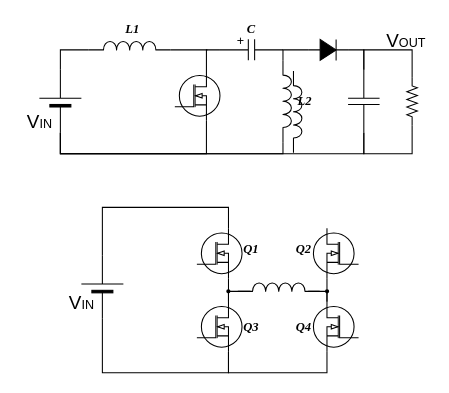
Above: diagram/figure2_5.drawio in huhu6608/3Paths_UPS (draw.io), before the change. Source tidied: cells renumbered, new cells numbered last; positions are measured from the earlier drawing's top-left corner, leaving out a move shared by most shapes. Both pictures are drawn from the tidied source at 105%, with x=0, y=0 at pixel (18, 18).
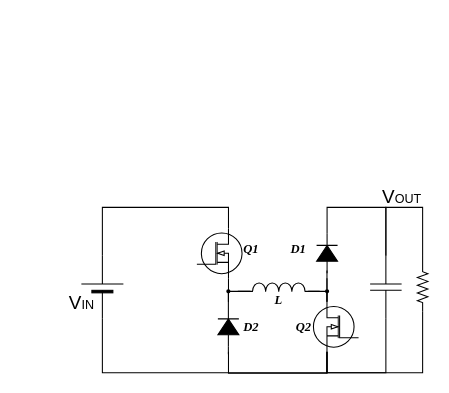
The same page after the edit.

Unchanged cells that the change refers to:
```xml
<mxCell id="27" style="verticalLabelPosition=bottom;shadow=0;dashed=0;align=center;html=1;verticalAlign=top;shape=mxgraph.electrical.mosfets1.n-channel_mosfet_1;strokeWidth=1;direction=west;flipH=1;flipV=1;" parent="1" vertex="1">
  <mxGeometry x="170" y="200" width="43" height="47.5" as="geometry" />
</mxCell>
<mxCell id="33" style="verticalLabelPosition=bottom;shadow=0;dashed=0;align=center;html=1;verticalAlign=top;shape=mxgraph.electrical.mosfets1.n-channel_mosfet_1;strokeWidth=1;direction=west;flipH=0;flipV=1;" parent="1" vertex="1">
  <mxGeometry x="281" y="270" width="43" height="47.5" as="geometry" />
</mxCell>
<mxCell id="38" style="ellipse;whiteSpace=wrap;html=1;shadow=0;dashed=0;strokeWidth=2;" parent="1" vertex="1">
  <mxGeometry x="199" y="259" width="2" height="2" as="geometry" />
</mxCell>
<mxCell id="41" style="verticalLabelPosition=bottom;shadow=0;dashed=0;align=center;fillColor=#000000;html=1;verticalAlign=top;strokeWidth=1;shape=mxgraph.electrical.miscellaneous.monocell_battery;rounded=1;comic=0;labelBackgroundColor=none;fontFamily=Verdana;fontSize=12;flipH=1;direction=north;" parent="1" vertex="1">
  <mxGeometry x="60" y="226" width="40" height="60" as="geometry" />
</mxCell>
```

What changed in the source:
```diff
@@
-    <mxCell id="2" style="edgeStyle=orthogonalEdgeStyle;rounded=0;jettySize=auto;html=1;exitX=0.7;exitY=1;exitDx=0;exitDy=0;exitPerimeter=0;entryX=0;entryY=0.5;entryDx=0;entryDy=0;entryPerimeter=0;endArrow=none;endFill=0;endSize=5;strokeColor=#000000;strokeWidth=1;" parent="1" edge="1" source="4" target="11">
-      <mxGeometry relative="1" as="geometry" />
-    </mxCell>
-    <mxCell id="3" style="edgeStyle=orthogonalEdgeStyle;rounded=0;jettySize=auto;html=1;exitX=0.7;exitY=0;exitDx=0;exitDy=0;exitPerimeter=0;entryX=1;entryY=0.5;entryDx=0;entryDy=0;entryPerimeter=0;endArrow=none;endFill=0;endSize=5;strokeColor=#000000;strokeWidth=1;" parent="1" edge="1" source="4" target="20">
-      <mxGeometry relative="1" as="geometry">
-        <Array as="points">
-          <mxPoint x="179" y="30" />
-        </Array>
-      </mxGeometry>
-    </mxCell>
-    <mxCell id="4" style="verticalLabelPosition=bottom;shadow=0;dashed=0;align=center;html=1;verticalAlign=top;shape=mxgraph.electrical.mosfets1.n-channel_mosfet_1;strokeWidth=1;direction=west;flipH=1;flipV=1;" parent="1" vertex="1">
-      <mxGeometry x="149" y="50" width="43" height="47.5" as="geometry" />
-    </mxCell>
-    <mxCell id="5" style="edgeStyle=orthogonalEdgeStyle;rounded=0;jettySize=auto;html=1;exitX=0;exitY=0.5;exitDx=0;exitDy=0;exitPerimeter=0;entryX=0;entryY=1;entryDx=0;entryDy=0;entryPerimeter=0;endArrow=none;endFill=0;endSize=5;strokeColor=#000000;strokeWidth=1;" parent="1" edge="1" source="7" target="8">
-      <mxGeometry relative="1" as="geometry" />
-    </mxCell>
-    <mxCell id="6" style="edgeStyle=orthogonalEdgeStyle;rounded=0;jettySize=auto;html=1;exitX=1;exitY=0.5;exitDx=0;exitDy=0;exitPerimeter=0;entryX=0;entryY=0.5;entryDx=0;entryDy=0;entryPerimeter=0;endArrow=none;endFill=0;endSize=5;strokeColor=#000000;strokeWidth=1;" parent="1" edge="1" source="7" target="12">
-      <mxGeometry relative="1" as="geometry" />
-    </mxCell>
-    <mxCell id="7" style="fillColor=strokeColor;verticalLabelPosition=bottom;shadow=0;dashed=0;align=center;html=1;verticalAlign=top;shape=mxgraph.electrical.diodes.diode;direction=east;" parent="1" vertex="1">
-      <mxGeometry x="276" y="20" width="38" height="20" as="geometry" />
-    </mxCell>
-    <mxCell id="8" style="verticalLabelPosition=bottom;shadow=0;dashed=0;align=center;html=1;verticalAlign=top;shape=mxgraph.electrical.inductors.inductor_3;strokeWidth=1;direction=south;" parent="1" vertex="1">
-      <mxGeometry x="252" y="40" width="8" height="78" as="geometry" />
-    </mxCell>
-    <mxCell id="9" style="edgeStyle=orthogonalEdgeStyle;rounded=0;jettySize=auto;html=1;exitX=0;exitY=0.5;exitDx=0;exitDy=0;exitPerimeter=0;entryX=1;entryY=1;entryDx=0;entryDy=0;entryPerimeter=0;endArrow=none;endFill=0;endSize=5;strokeColor=#000000;strokeWidth=1;" parent="1" edge="1" source="11" target="8">
-      <mxGeometry relative="1" as="geometry">
-        <Array as="points">
-          <mxPoint x="40" y="129" />
-          <mxPoint x="252" y="129" />
-        </Array>
-      </mxGeometry>
-    </mxCell>
-    <mxCell id="10" style="edgeStyle=orthogonalEdgeStyle;rounded=0;jettySize=auto;html=1;exitX=1;exitY=0.5;exitDx=0;exitDy=0;exitPerimeter=0;entryX=0;entryY=1;entryDx=0;entryDy=0;entryPerimeter=0;endArrow=none;endFill=0;endSize=5;strokeColor=#000000;strokeWidth=1;" parent="1" edge="1" source="11" target="22">
-      <mxGeometry relative="1" as="geometry">
-        <Array as="points">
-          <mxPoint x="40" y="30" />
-        </Array>
-      </mxGeometry>
-    </mxCell>
-    <mxCell id="11" style="verticalLabelPosition=bottom;shadow=0;dashed=0;align=center;fillColor=#000000;html=1;verticalAlign=top;strokeWidth=1;shape=mxgraph.electrical.miscellaneous.monocell_battery;rounded=1;comic=0;labelBackgroundColor=none;fontFamily=Verdana;fontSize=12;flipH=1;direction=north;" parent="1" vertex="1">
-      <mxGeometry x="20" y="49" width="40" height="60" as="geometry" />
-    </mxCell>
-    <mxCell id="12" style="verticalLabelPosition=bottom;shadow=0;dashed=0;align=center;html=1;verticalAlign=top;shape=mxgraph.electrical.capacitors.capacitor_1;direction=south;" parent="1" vertex="1">
-      <mxGeometry x="314" y="49" width="30" height="60" as="geometry" />
-    </mxCell>
-    <mxCell id="13" style="edgeStyle=orthogonalEdgeStyle;rounded=0;jettySize=auto;html=1;exitX=0;exitY=0.5;exitDx=0;exitDy=0;exitPerimeter=0;endArrow=none;endFill=0;endSize=5;strokeColor=#000000;strokeWidth=1;entryX=1;entryY=0.5;entryDx=0;entryDy=0;entryPerimeter=0;" parent="1" edge="1" source="11" target="12">
-      <mxGeometry relative="1" as="geometry">
-        <Array as="points">
-          <mxPoint x="40" y="129" />
-          <mxPoint x="329" y="129" />
-        </Array>
-      </mxGeometry>
-    </mxCell>
-    <mxCell id="14" style="edgeStyle=orthogonalEdgeStyle;rounded=0;jettySize=auto;html=1;exitX=0;exitY=0.5;exitDx=0;exitDy=0;exitPerimeter=0;entryX=0;entryY=0.5;entryDx=0;entryDy=0;entryPerimeter=0;endArrow=none;endFill=0;endSize=5;strokeColor=#000000;strokeWidth=1;" parent="1" edge="1" source="16" target="12">
-      <mxGeometry relative="1" as="geometry">
-        <Array as="points">
-          <mxPoint x="375" y="30" />
-          <mxPoint x="329" y="30" />
-        </Array>
-      </mxGeometry>
-    </mxCell>
-    <mxCell id="15" style="edgeStyle=orthogonalEdgeStyle;rounded=0;jettySize=auto;html=1;exitX=1;exitY=0.5;exitDx=0;exitDy=0;exitPerimeter=0;entryX=1;entryY=0.5;entryDx=0;entryDy=0;entryPerimeter=0;endArrow=none;endFill=0;endSize=5;strokeColor=#000000;strokeWidth=1;" parent="1" edge="1" source="16" target="12">
-      <mxGeometry relative="1" as="geometry" />
-    </mxCell>
-    <mxCell id="16" style="verticalLabelPosition=bottom;shadow=0;dashed=0;align=center;html=1;verticalAlign=top;shape=mxgraph.electrical.resistors.resistor_2;strokeWidth=1;direction=south;" parent="1" vertex="1">
-      <mxGeometry x="370" y="56" width="10" height="46" as="geometry" />
-    </mxCell>
-    <mxCell id="17" value="&lt;font face=&quot;Times New Roman&quot;&gt;&lt;i&gt;&lt;b&gt;L2&lt;/b&gt;&lt;/i&gt;&lt;/font&gt;" style="text;html=1;strokeColor=none;fillColor=none;align=center;verticalAlign=middle;whiteSpace=wrap;rounded=0;" parent="1" vertex="1">
-      <mxGeometry x="253" y="69" width="40" height="20" as="geometry" />
-    </mxCell>
-    <mxCell id="18" value="&lt;font style=&quot;font-size: 18px&quot;&gt;V&lt;/font&gt;&lt;font style=&quot;font-size: 12px&quot;&gt;IN&lt;/font&gt;" style="text;html=1;align=center;verticalAlign=middle;" parent="1" vertex="1">
-      <mxGeometry y="89" width="40" height="20" as="geometry" />
-    </mxCell>
-    <mxCell id="19" value="&lt;font style=&quot;font-size: 18px&quot;&gt;V&lt;/font&gt;&lt;font style=&quot;font-size: 12px&quot;&gt;OUT&lt;/font&gt;" style="text;html=1;align=center;verticalAlign=middle;" parent="1" vertex="1">
-      <mxGeometry x="344" y="12" width="50" height="20" as="geometry" />
-    </mxCell>
-    <mxCell id="20" style="verticalLabelPosition=bottom;shadow=0;dashed=0;align=center;html=1;verticalAlign=top;shape=mxgraph.electrical.capacitors.capacitor_1;direction=west;" parent="1" vertex="1">
-      <mxGeometry x="192" y="20" width="60" height="20" as="geometry" />
-    </mxCell>
-    <mxCell id="21" style="edgeStyle=orthogonalEdgeStyle;rounded=0;jettySize=auto;html=1;exitX=1;exitY=1;exitDx=0;exitDy=0;exitPerimeter=0;endArrow=none;endFill=0;endSize=5;strokeColor=#000000;strokeWidth=1;" parent="1" edge="1" source="22">
-      <mxGeometry relative="1" as="geometry">
-        <mxPoint x="180" y="30" as="targetPoint" />
-      </mxGeometry>
-    </mxCell>
-    <mxCell id="22" style="verticalLabelPosition=bottom;shadow=0;dashed=0;align=center;html=1;verticalAlign=top;shape=mxgraph.electrical.inductors.inductor_3;strokeWidth=1;direction=east;" parent="1" vertex="1">
-      <mxGeometry x="67" y="22" width="78" height="8" as="geometry" />
-    </mxCell>
-    <mxCell id="23" value="&lt;font face=&quot;Times New Roman&quot;&gt;&lt;i&gt;&lt;b&gt;L1&lt;/b&gt;&lt;/i&gt;&lt;/font&gt;" style="text;html=1;strokeColor=none;fillColor=none;align=center;verticalAlign=middle;whiteSpace=wrap;rounded=0;" parent="1" vertex="1">
-      <mxGeometry x="88.5" width="40" height="20" as="geometry" />
-    </mxCell>
-    <mxCell id="24" value="+" style="text;html=1;strokeColor=none;fillColor=none;align=center;verticalAlign=middle;whiteSpace=wrap;rounded=0;shadow=0;dashed=0;" parent="1" vertex="1">
-      <mxGeometry x="192" y="12" width="40" height="20" as="geometry" />
-    </mxCell>
-    <mxCell id="25" value="&lt;font face=&quot;Times New Roman&quot;&gt;&lt;i&gt;&lt;b&gt;C&lt;/b&gt;&lt;/i&gt;&lt;/font&gt;" style="text;html=1;strokeColor=none;fillColor=none;align=center;verticalAlign=middle;whiteSpace=wrap;rounded=0;" parent="1" vertex="1">
-      <mxGeometry x="202" width="40" height="20" as="geometry" />
-    </mxCell>
@@
-    <mxCell id="28" style="edgeStyle=orthogonalEdgeStyle;rounded=0;jettySize=auto;html=1;exitX=0.7;exitY=0;exitDx=0;exitDy=0;exitPerimeter=0;entryX=0.7;entryY=1;entryDx=0;entryDy=0;entryPerimeter=0;endArrow=none;endFill=0;endSize=5;strokeColor=#000000;strokeWidth=1;" parent="1" edge="1" source="30" target="27">
-      <mxGeometry relative="1" as="geometry" />
+    <mxCell id="28" style="edgeStyle=orthogonalEdgeStyle;rounded=0;jettySize=auto;html=1;exitX=0.7;exitY=0;exitDx=0;exitDy=0;exitPerimeter=0;entryX=0.7;entryY=1;entryDx=0;entryDy=0;entryPerimeter=0;endArrow=none;endFill=0;endSize=5;strokeColor=#000000;strokeWidth=1;" parent="1" edge="1" target="27">
+      <mxGeometry relative="1" as="geometry">
+        <mxPoint x="200.1" y="270" as="sourcePoint" />
+      </mxGeometry>
     </mxCell>
-    <mxCell id="29" style="edgeStyle=orthogonalEdgeStyle;rounded=0;jettySize=auto;html=1;exitX=0.7;exitY=1;exitDx=0;exitDy=0;exitPerimeter=0;entryX=0.7;entryY=1;entryDx=0;entryDy=0;entryPerimeter=0;endArrow=none;endFill=0;endSize=5;strokeColor=#000000;strokeWidth=1;" parent="1" edge="1" source="30" target="33">
-      <mxGeometry relative="1" as="geometry" />
+    <mxCell id="29" style="edgeStyle=orthogonalEdgeStyle;rounded=0;jettySize=auto;html=1;exitX=0.7;exitY=1;exitDx=0;exitDy=0;exitPerimeter=0;entryX=0.7;entryY=1;entryDx=0;entryDy=0;entryPerimeter=0;endArrow=none;endFill=0;endSize=5;strokeColor=#000000;strokeWidth=1;" parent="1" edge="1" target="33">
+      <mxGeometry relative="1" as="geometry">
+        <mxPoint x="200.1" y="317.5" as="sourcePoint" />
+        <Array as="points">
+          <mxPoint x="200" y="338" />
+          <mxPoint x="294" y="338" />
+        </Array>
+      </mxGeometry>
     </mxCell>
-    <mxCell id="30" style="verticalLabelPosition=bottom;shadow=0;dashed=0;align=center;html=1;verticalAlign=top;shape=mxgraph.electrical.mosfets1.n-channel_mosfet_1;strokeWidth=1;direction=west;flipH=1;flipV=1;" parent="1" vertex="1">
-      <mxGeometry x="170" y="270" width="43" height="47.5" as="geometry" />
-    </mxCell>
-    <mxCell id="31" style="verticalLabelPosition=bottom;shadow=0;dashed=0;align=center;html=1;verticalAlign=top;shape=mxgraph.electrical.mosfets1.n-channel_mosfet_1;strokeWidth=1;direction=west;flipH=0;flipV=1;" parent="1" vertex="1">
-      <mxGeometry x="281" y="200" width="43" height="47.5" as="geometry" />
-    </mxCell>
-    <mxCell id="32" style="edgeStyle=orthogonalEdgeStyle;rounded=0;jettySize=auto;html=1;exitX=0.7;exitY=0;exitDx=0;exitDy=0;exitPerimeter=0;entryX=0.7;entryY=1;entryDx=0;entryDy=0;entryPerimeter=0;endArrow=none;endFill=0;endSize=5;strokeColor=#000000;strokeWidth=1;" parent="1" edge="1" source="33" target="31">
-      <mxGeometry relative="1" as="geometry" />
+    <mxCell id="32" style="edgeStyle=orthogonalEdgeStyle;rounded=0;jettySize=auto;html=1;exitX=0.7;exitY=0;exitDx=0;exitDy=0;exitPerimeter=0;entryX=0.7;entryY=1;entryDx=0;entryDy=0;entryPerimeter=0;endArrow=none;endFill=0;endSize=5;strokeColor=#000000;strokeWidth=1;" parent="1" edge="1" source="33">
+      <mxGeometry relative="1" as="geometry">
+        <mxPoint x="293.9" y="247.5" as="targetPoint" />
+      </mxGeometry>
     </mxCell>
+    <mxCell id="47" style="edgeStyle=orthogonalEdgeStyle;rounded=0;jettySize=auto;html=1;exitX=0.7;exitY=1;exitDx=0;exitDy=0;exitPerimeter=0;entryX=1;entryY=0.5;entryDx=0;entryDy=0;entryPerimeter=0;endArrow=none;endFill=0;endSize=5;strokeColor=#000000;strokeWidth=1;" parent="1" edge="1" source="33" target="53">
+      <mxGeometry relative="1" as="geometry" />
+    </mxCell>
+    <mxCell id="48" style="edgeStyle=orthogonalEdgeStyle;rounded=0;jettySize=auto;html=1;exitX=0.7;exitY=0;exitDx=0;exitDy=0;exitPerimeter=0;entryX=0.072;entryY=0.494;entryDx=0;entryDy=0;entryPerimeter=0;endArrow=none;endFill=0;endSize=5;strokeColor=#000000;strokeWidth=1;" parent="1" edge="1" source="33" target="58">
+      <mxGeometry relative="1" as="geometry" />
+    </mxCell>
@@
-    <mxCell id="34" style="verticalLabelPosition=bottom;shadow=0;dashed=0;align=center;html=1;verticalAlign=top;shape=mxgraph.electrical.inductors.inductor_3;strokeWidth=1;direction=south;" parent="1" vertex="1">
-      <mxGeometry x="262" y="50" width="8" height="78" as="geometry" />
-    </mxCell>
-    <mxCell id="35" style="edgeStyle=orthogonalEdgeStyle;rounded=0;jettySize=auto;html=1;exitX=0;exitY=1;exitDx=0;exitDy=0;exitPerimeter=0;entryX=0.7;entryY=0;entryDx=0;entryDy=0;entryPerimeter=0;endArrow=none;endFill=0;endSize=5;strokeColor=#000000;strokeWidth=1;" parent="1" edge="1" target="30">
+    <mxCell id="35" style="edgeStyle=orthogonalEdgeStyle;rounded=0;orthogonalLoop=1;jettySize=auto;html=1;exitX=0;exitY=1;exitDx=0;exitDy=0;exitPerimeter=0;entryX=0.7;entryY=0;entryDx=0;entryDy=0;entryPerimeter=0;endArrow=none;endFill=0;endSize=5;strokeColor=#000000;strokeWidth=1;" parent="1" edge="1">
       <mxGeometry relative="1" as="geometry">
         <mxPoint x="221" y="260" as="sourcePoint" />
+        <mxPoint x="200.1" y="270" as="targetPoint" />
       </mxGeometry>
     </mxCell>
@@
-    <mxCell id="40" style="edgeStyle=orthogonalEdgeStyle;rounded=0;jettySize=auto;html=1;exitX=0;exitY=0.5;exitDx=0;exitDy=0;exitPerimeter=0;entryX=0.7;entryY=1;entryDx=0;entryDy=0;entryPerimeter=0;endArrow=none;endFill=0;endSize=5;strokeColor=#000000;strokeWidth=1;" parent="1" edge="1" source="41" target="30">
-      <mxGeometry relative="1" as="geometry" />
-    </mxCell>
+    <mxCell id="49" style="edgeStyle=orthogonalEdgeStyle;rounded=0;jettySize=auto;html=1;exitX=0;exitY=0.5;exitDx=0;exitDy=0;exitPerimeter=0;entryX=0.7;entryY=1;entryDx=0;entryDy=0;entryPerimeter=0;endArrow=none;endFill=0;endSize=5;strokeColor=#000000;strokeWidth=1;" parent="1" edge="1" source="41" target="33">
+      <mxGeometry relative="1" as="geometry" />
+    </mxCell>
@@
-    <mxCell id="44" value="&lt;font face=&quot;Times New Roman&quot;&gt;&lt;i&gt;&lt;b&gt;Q2&lt;br&gt;&lt;/b&gt;&lt;/i&gt;&lt;/font&gt;" style="text;html=1;strokeColor=none;fillColor=none;align=center;verticalAlign=middle;whiteSpace=wrap;rounded=0;" parent="1" vertex="1">
-      <mxGeometry x="252" y="210" width="40" height="20" as="geometry" />
-    </mxCell>
-    <mxCell id="45" value="&lt;font face=&quot;Times New Roman&quot;&gt;&lt;i&gt;&lt;b&gt;Q3&lt;/b&gt;&lt;/i&gt;&lt;/font&gt;" style="text;html=1;strokeColor=none;fillColor=none;align=center;verticalAlign=middle;whiteSpace=wrap;rounded=0;" parent="1" vertex="1">
-      <mxGeometry x="202" y="283.8" width="40" height="20" as="geometry" />
-    </mxCell>
-    <mxCell id="46" value="&lt;font face=&quot;Times New Roman&quot;&gt;&lt;i&gt;&lt;b&gt;Q4&lt;/b&gt;&lt;/i&gt;&lt;/font&gt;" style="text;html=1;strokeColor=none;fillColor=none;align=center;verticalAlign=middle;whiteSpace=wrap;rounded=0;" parent="1" vertex="1">
+    <mxCell id="46" value="&lt;font face=&quot;Times New Roman&quot;&gt;&lt;i&gt;&lt;b&gt;Q2&lt;/b&gt;&lt;/i&gt;&lt;/font&gt;" style="text;html=1;strokeColor=none;fillColor=none;align=center;verticalAlign=middle;whiteSpace=wrap;rounded=0;" parent="1" vertex="1">
       <mxGeometry x="252" y="283.8" width="40" height="20" as="geometry" />
     </mxCell>
+    <mxCell id="50" style="edgeStyle=orthogonalEdgeStyle;rounded=0;jettySize=auto;html=1;exitX=1;exitY=0.5;exitDx=0;exitDy=0;exitPerimeter=0;endArrow=none;endFill=0;endSize=5;strokeColor=#000000;strokeWidth=1;entryX=0.7;entryY=1;entryDx=0;entryDy=0;entryPerimeter=0;" parent="1" edge="1" source="51" target="33">
+      <mxGeometry relative="1" as="geometry" />
+    </mxCell>
+    <mxCell id="51" style="verticalLabelPosition=bottom;shadow=0;dashed=0;align=center;html=1;verticalAlign=top;shape=mxgraph.electrical.capacitors.capacitor_1;direction=south;" parent="1" vertex="1">
+      <mxGeometry x="335" y="226" width="30" height="60" as="geometry" />
+    </mxCell>
+    <mxCell id="52" style="edgeStyle=orthogonalEdgeStyle;rounded=0;jettySize=auto;html=1;exitX=0;exitY=0.5;exitDx=0;exitDy=0;exitPerimeter=0;entryX=0;entryY=0.5;entryDx=0;entryDy=0;entryPerimeter=0;endArrow=none;endFill=0;endSize=5;strokeColor=#000000;strokeWidth=1;" parent="1" edge="1" source="53" target="51">
+      <mxGeometry relative="1" as="geometry">
+        <Array as="points">
+          <mxPoint x="385" y="180" />
+          <mxPoint x="350" y="180" />
+        </Array>
+      </mxGeometry>
+    </mxCell>
+    <mxCell id="53" style="verticalLabelPosition=bottom;shadow=0;dashed=0;align=center;html=1;verticalAlign=top;shape=mxgraph.electrical.resistors.resistor_2;strokeWidth=1;direction=south;" parent="1" vertex="1">
+      <mxGeometry x="380" y="233" width="10" height="46" as="geometry" />
+    </mxCell>
+    <mxCell id="19" value="&lt;font style=&quot;font-size: 18px&quot;&gt;V&lt;/font&gt;&lt;font style=&quot;font-size: 12px&quot;&gt;OUT&lt;/font&gt;" style="text;html=1;align=center;verticalAlign=middle;" parent="1" vertex="1">
+      <mxGeometry x="340" y="160" width="50" height="20" as="geometry" />
+    </mxCell>
+    <mxCell id="54" style="edgeStyle=orthogonalEdgeStyle;rounded=0;jettySize=auto;html=1;exitX=0;exitY=0.5;exitDx=0;exitDy=0;exitPerimeter=0;endArrow=none;endFill=0;endSize=5;strokeColor=#000000;strokeWidth=1;" parent="1" edge="1" source="56">
+      <mxGeometry relative="1" as="geometry">
+        <mxPoint x="200" y="320" as="targetPoint" />
+      </mxGeometry>
+    </mxCell>
+    <mxCell id="55" style="edgeStyle=orthogonalEdgeStyle;rounded=0;jettySize=auto;html=1;exitX=1;exitY=0.5;exitDx=0;exitDy=0;exitPerimeter=0;entryX=0.5;entryY=1;entryDx=0;entryDy=0;endArrow=none;endFill=0;endSize=5;strokeColor=#000000;strokeWidth=1;" parent="1" edge="1" source="56" target="38">
+      <mxGeometry relative="1" as="geometry" />
+    </mxCell>
+    <mxCell id="56" style="fillColor=strokeColor;verticalLabelPosition=bottom;shadow=0;dashed=0;align=center;html=1;verticalAlign=top;shape=mxgraph.electrical.diodes.diode;direction=north;" parent="1" vertex="1">
+      <mxGeometry x="190" y="274.8" width="20" height="38" as="geometry" />
+    </mxCell>
+    <mxCell id="57" style="edgeStyle=orthogonalEdgeStyle;rounded=0;jettySize=auto;html=1;exitX=1;exitY=0.5;exitDx=0;exitDy=0;exitPerimeter=0;entryX=0;entryY=0.5;entryDx=0;entryDy=0;entryPerimeter=0;endArrow=none;endFill=0;endSize=5;strokeColor=#000000;strokeWidth=1;" parent="1" edge="1" source="58" target="51">
+      <mxGeometry relative="1" as="geometry">
+        <Array as="points">
+          <mxPoint x="294" y="180" />
+          <mxPoint x="350" y="180" />
+        </Array>
+      </mxGeometry>
+    </mxCell>
+    <mxCell id="58" style="fillColor=strokeColor;verticalLabelPosition=bottom;shadow=0;dashed=0;align=center;html=1;verticalAlign=top;shape=mxgraph.electrical.diodes.diode;direction=north;" parent="1" vertex="1">
+      <mxGeometry x="284" y="204.8" width="20" height="38" as="geometry" />
+    </mxCell>
+    <mxCell id="59" value="&lt;font face=&quot;Times New Roman&quot;&gt;&lt;i&gt;&lt;b&gt;D1&lt;/b&gt;&lt;/i&gt;&lt;/font&gt;" style="text;html=1;strokeColor=none;fillColor=none;align=center;verticalAlign=middle;whiteSpace=wrap;rounded=0;" parent="1" vertex="1">
+      <mxGeometry x="247" y="210" width="40" height="20" as="geometry" />
+    </mxCell>
+    <mxCell id="60" value="&lt;font face=&quot;Times New Roman&quot;&gt;&lt;i&gt;&lt;b&gt;D2&lt;/b&gt;&lt;/i&gt;&lt;/font&gt;" style="text;html=1;strokeColor=none;fillColor=none;align=center;verticalAlign=middle;whiteSpace=wrap;rounded=0;" parent="1" vertex="1">
+      <mxGeometry x="202" y="283.8" width="40" height="20" as="geometry" />
+    </mxCell>
+    <mxCell id="61" value="&lt;font face=&quot;Times New Roman&quot;&gt;&lt;i&gt;&lt;b&gt;L&lt;/b&gt;&lt;/i&gt;&lt;/font&gt;" style="text;html=1;strokeColor=none;fillColor=none;align=center;verticalAlign=middle;whiteSpace=wrap;rounded=0;" parent="1" vertex="1">
+      <mxGeometry x="228" y="259" width="40" height="20" as="geometry" />
+    </mxCell>
```
